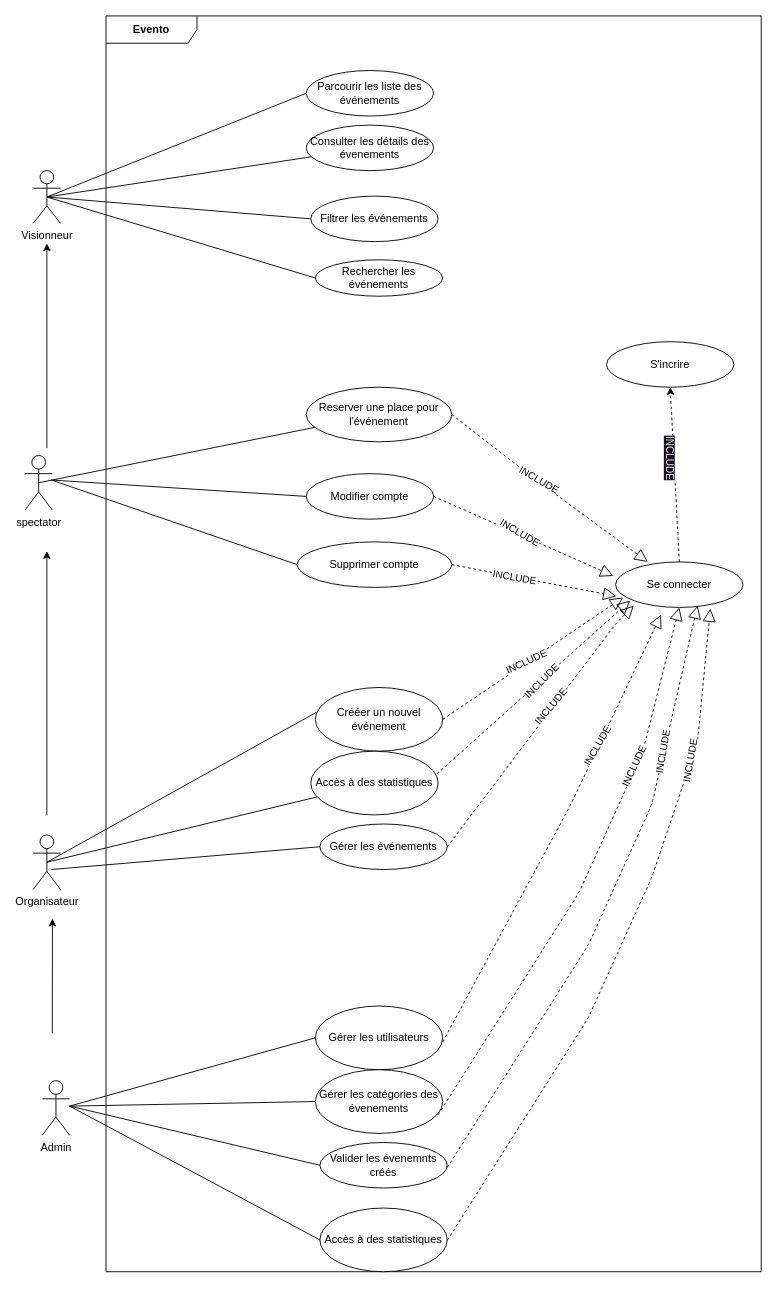
The draw.io diagram evento_sc/UML/use_case.drawio in adnaneoth/evento_two, before the edit. Source tidied: cells renumbered, new cells numbered last; positions are measured from the earlier drawing's top-left corner, leaving out a move shared by most shapes. Both pictures are drawn from the tidied source at 91%, with x=0, y=0 at pixel (25, 15).
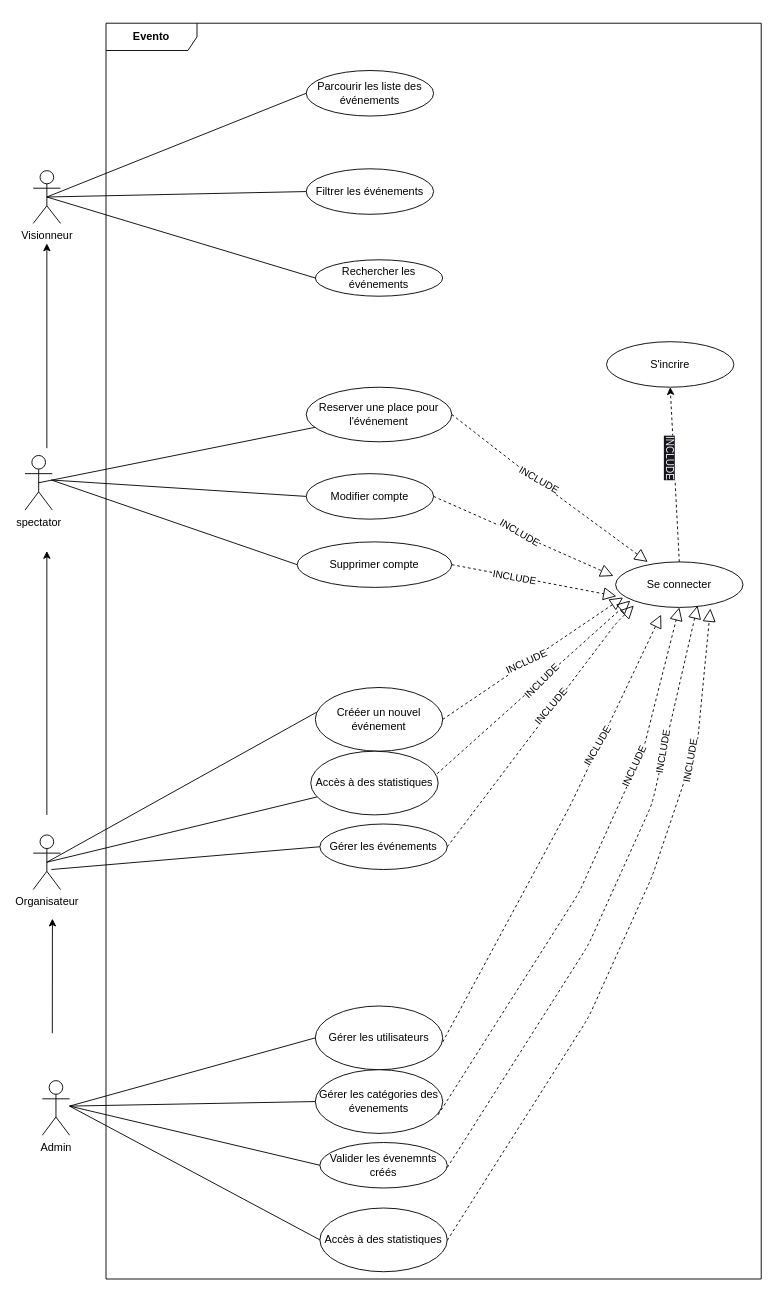
The same diagram, later.

The change refers to these unchanged cells:
```xml
<mxCell id="2" value="Visionneur" style="shape=umlActor;verticalLabelPosition=bottom;verticalAlign=top;html=1;" parent="1" vertex="1">
  <mxGeometry x="9" y="170" width="30" height="58" as="geometry" />
</mxCell>
```

What changed in the source:
```diff
@@
-    <mxCell id="4" value="Consulter les détails des évenements" style="ellipse;whiteSpace=wrap;html=1;" parent="1" vertex="1">
-      <mxGeometry x="309" y="120" width="140" height="50" as="geometry" />
-    </mxCell>
@@
     <mxCell id="6" value="Filtrer les événements" style="ellipse;whiteSpace=wrap;html=1;" parent="1" vertex="1">
-      <mxGeometry x="314" y="198" width="140" height="50" as="geometry" />
+      <mxGeometry x="309" y="168" width="140" height="50" as="geometry" />
     </mxCell>
@@
-    <mxCell id="25" style="endArrow=none;html=1;exitX=0.5;exitY=0.5;exitDx=0;exitDy=0;exitPerimeter=0;" parent="1" edge="1" source="2" target="4">
-      <mxGeometry relative="1" as="geometry" />
-    </mxCell>
@@
     <mxCell id="36" value="Evento" style="shape=umlFrame;whiteSpace=wrap;html=1;width=100;height=30;fontStyle=1;" parent="1" vertex="1">
-      <mxGeometry x="89" width="720" height="1380" as="geometry" />
+      <mxGeometry x="89" y="8" width="720" height="1380" as="geometry" />
     </mxCell>
```
